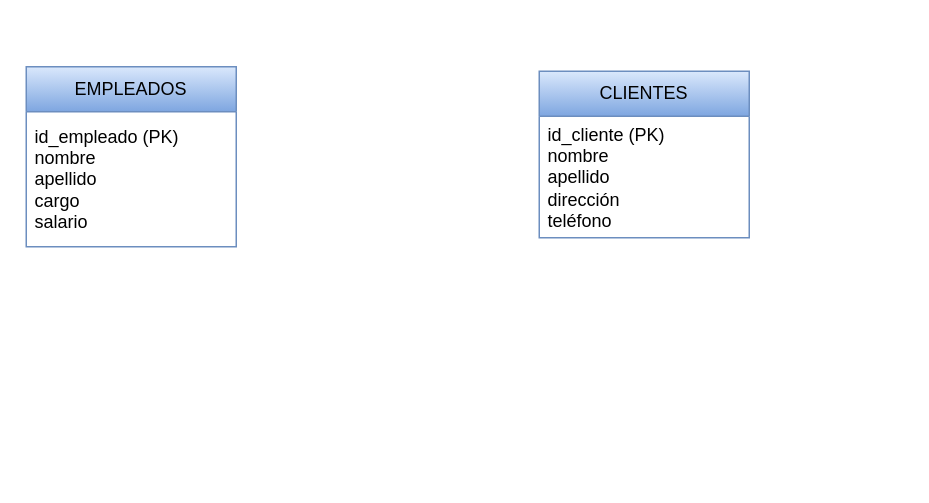
NahuelLV/Base-de-Datos keeps this draw.io diagram as TESIS.drawio. Above is the earlier version. Source tidied: cells renumbered, new cells numbered last; positions are measured from the earlier drawing's top-left corner, leaving out a move shared by most shapes. Both pictures are drawn from the tidied source at 150%, with x=0, y=0 at pixel (26, 66).
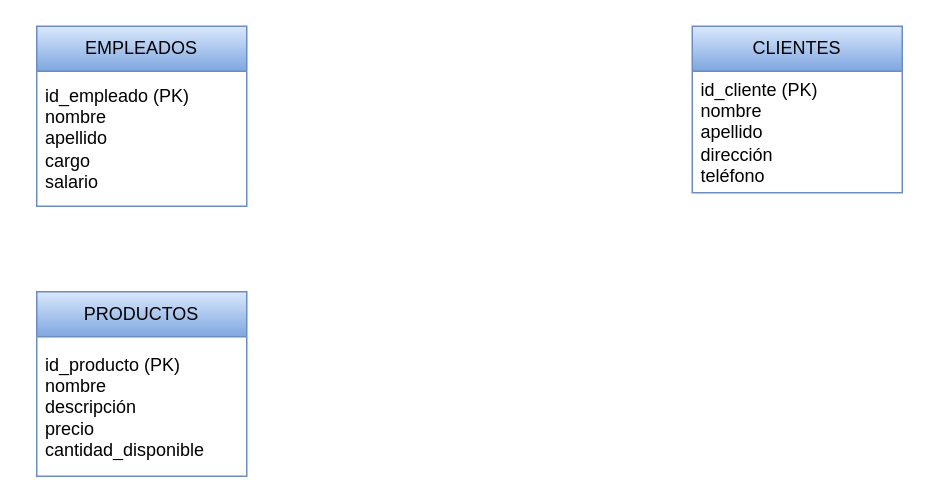
The same diagram, later.

What changed in the source:
```diff
@@
 <mxGraphModel>
   <root>
     <mxCell id="0" />
     <mxCell id="1" parent="0" />
     <mxCell id="2" value="EMPLEADOS" style="swimlane;fontStyle=0;horizontal=1;startSize=30;whiteSpace=wrap;html=1;fillColor=#dae8fc;gradientColor=#7ea6e0;strokeColor=#6c8ebf;" parent="1" vertex="1">
-      <mxGeometry width="140" height="120" as="geometry" />
+      <mxGeometry x="7" y="-27" width="140" height="120" as="geometry" />
     </mxCell>
     <mxCell id="3" value="&lt;div&gt;id_empleado (PK)&lt;/div&gt;&lt;div&gt;nombre&lt;/div&gt;&lt;div&gt;apellido&lt;/div&gt;&lt;div&gt;cargo&lt;/div&gt;&lt;div&gt;salario&lt;/div&gt;" style="text;strokeColor=none;fillColor=none;align=left;verticalAlign=middle;spacingLeft=4;spacingRight=4;overflow=hidden;whiteSpace=wrap;html=1;" parent="2" vertex="1">
       <mxGeometry y="30" width="140" height="90" as="geometry" />
     </mxCell>
     <mxCell id="4" value="CLIENTES" style="swimlane;fontStyle=0;horizontal=1;startSize=30;whiteSpace=wrap;html=1;fillColor=#dae8fc;gradientColor=#7ea6e0;strokeColor=#6c8ebf;" parent="1" vertex="1">
-      <mxGeometry x="342" y="3" width="140" height="111" as="geometry" />
+      <mxGeometry x="444" y="-27" width="140" height="111" as="geometry" />
     </mxCell>
     <mxCell id="5" value="&lt;div&gt;id_cliente (PK)&lt;/div&gt;&lt;div&gt;nombre&lt;/div&gt;&lt;div&gt;apellido&lt;/div&gt;&lt;div&gt;dirección&lt;/div&gt;&lt;div&gt;teléfono&lt;/div&gt;" style="text;strokeColor=none;fillColor=none;align=left;verticalAlign=middle;spacingLeft=4;spacingRight=4;overflow=hidden;whiteSpace=wrap;html=1;" parent="4" vertex="1">
       <mxGeometry y="30" width="140" height="81" as="geometry" />
     </mxCell>
+    <mxCell id="6" value="PRODUCTOS" style="swimlane;fontStyle=0;horizontal=1;startSize=30;whiteSpace=wrap;html=1;fillColor=#dae8fc;gradientColor=#7ea6e0;strokeColor=#6c8ebf;" parent="1" vertex="1">
+      <mxGeometry x="7" y="150" width="140" height="123" as="geometry" />
+    </mxCell>
+    <mxCell id="7" value="&lt;div&gt;id_producto (PK)&lt;/div&gt;&lt;div&gt;nombre&lt;/div&gt;&lt;div&gt;descripción&lt;/div&gt;&lt;div&gt;precio&lt;/div&gt;&lt;div&gt;cantidad_disponible&lt;/div&gt;" style="text;strokeColor=none;fillColor=none;align=left;verticalAlign=middle;spacingLeft=4;spacingRight=4;overflow=hidden;whiteSpace=wrap;html=1;" parent="6" vertex="1">
+      <mxGeometry y="30" width="140" height="93" as="geometry" />
+    </mxCell>
   </root>
 </mxGraphModel>
```
